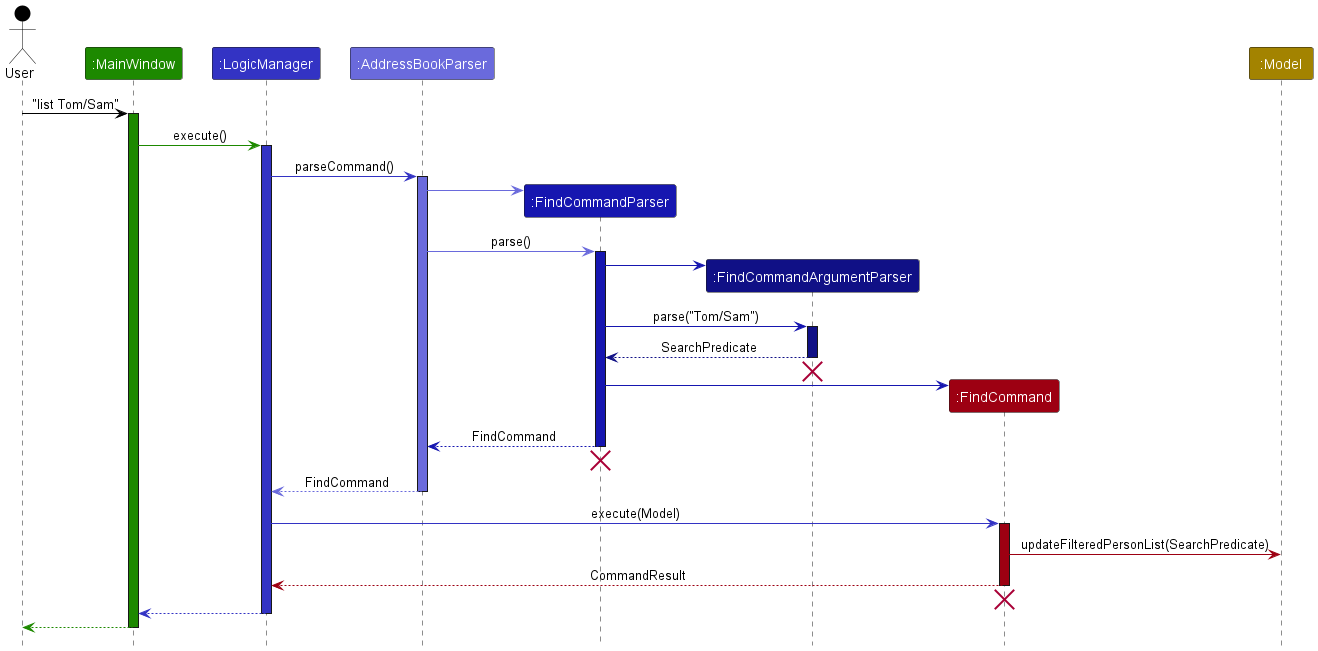
Above: docs/images/FindCommandSequenceDiagram.png in nus-cs2103-AY2324S1/tp (PlantUML), before the change.
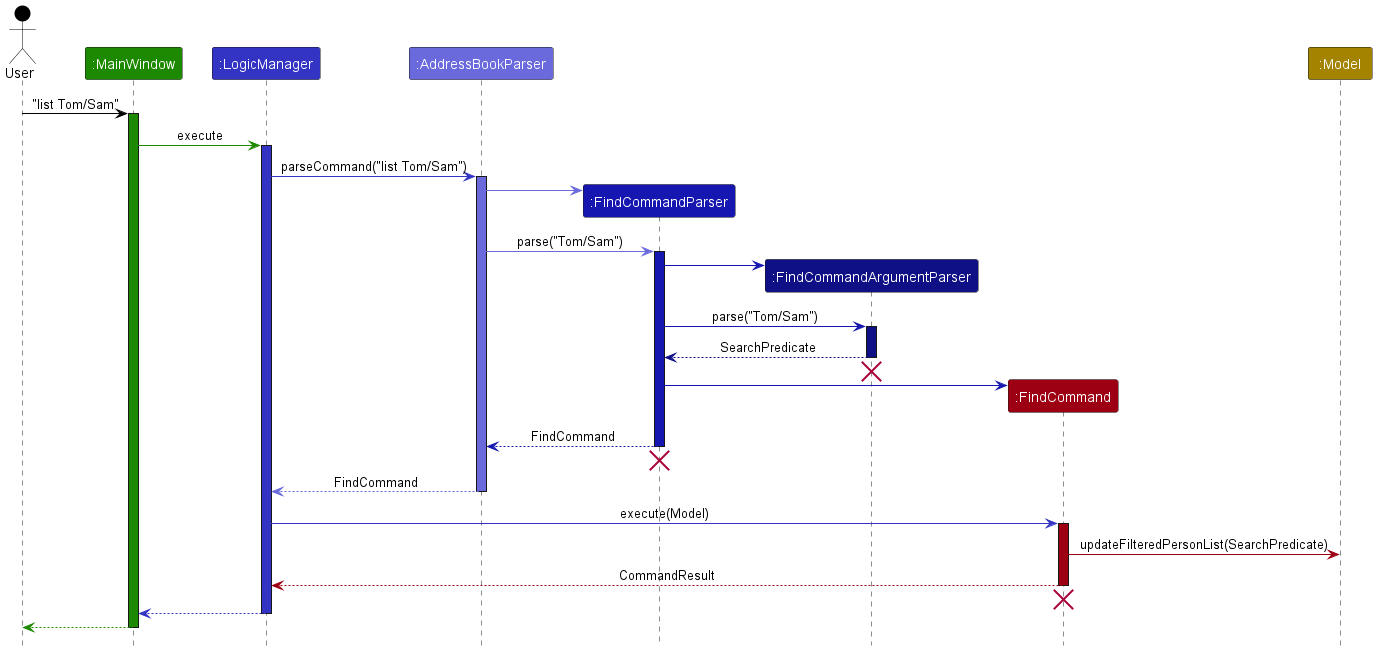
The same file after the commit.

Commit message:
Add object diagram for find command example

The edit, as a diff of the source:
```diff
@@ -14,16 +14,16 @@
 user -[USER_COLOR]> mw : "list Tom/Sam"
 activate mw UI_COLOR
 
-mw -[UI_COLOR]> lm : execute()
+mw -[UI_COLOR]> lm : execute
 activate lm LOGIC_COLOR
 
-lm -[LOGIC_COLOR]> abp : parseCommand()
+lm -[LOGIC_COLOR]> abp : parseCommand("list Tom/Sam")
 activate abp LOGIC_COLOR_T2
 
 create fcp
 abp -[LOGIC_COLOR_T2]> fcp
 
-abp -[LOGIC_COLOR_T2]> fcp : parse()
+abp -[LOGIC_COLOR_T2]> fcp : parse("Tom/Sam")
 activate fcp LOGIC_COLOR_T3
 
 create argp
```
